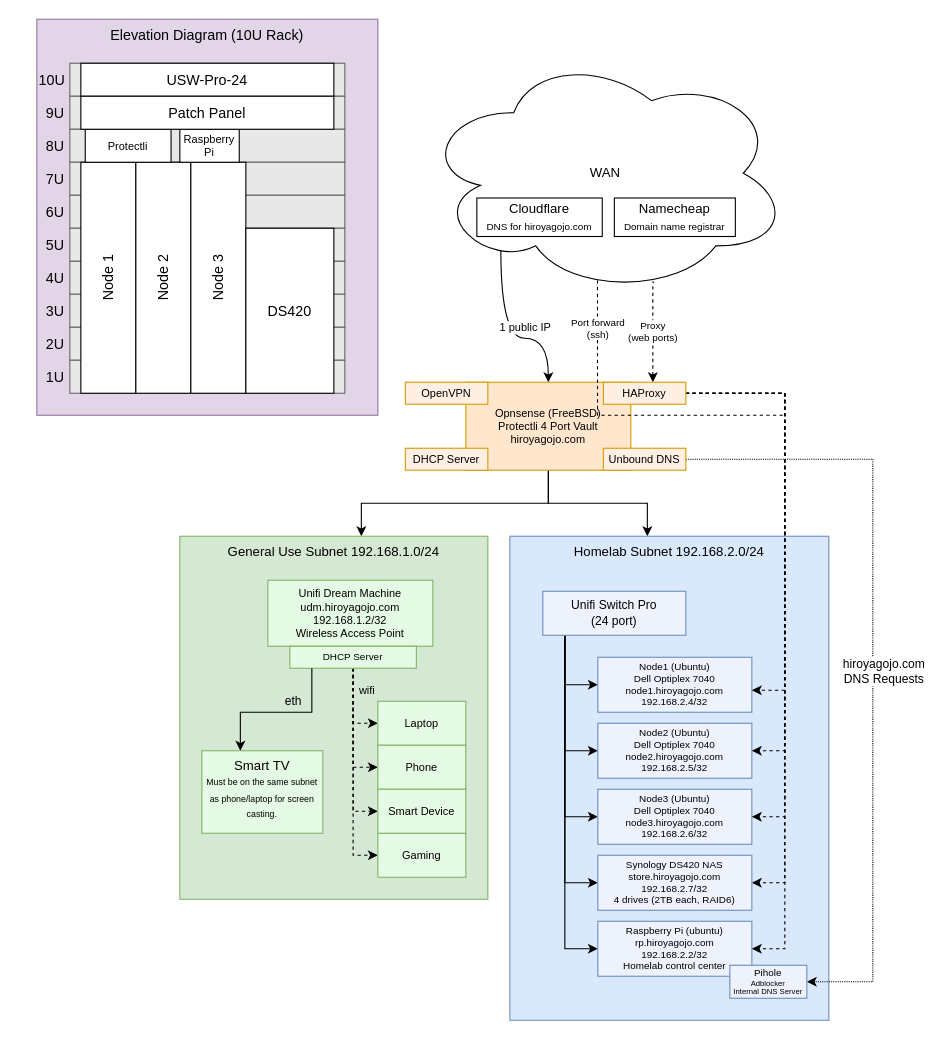
The draw.io diagram homelab.drawio in HiDoYa/homelab, before the edit. Source tidied: cells renumbered, new cells numbered last; positions are measured from the earlier drawing's top-left corner, leaving out a move shared by most shapes. Both pictures are drawn from the tidied source at 110%, with x=0, y=0 at pixel (19, 19).
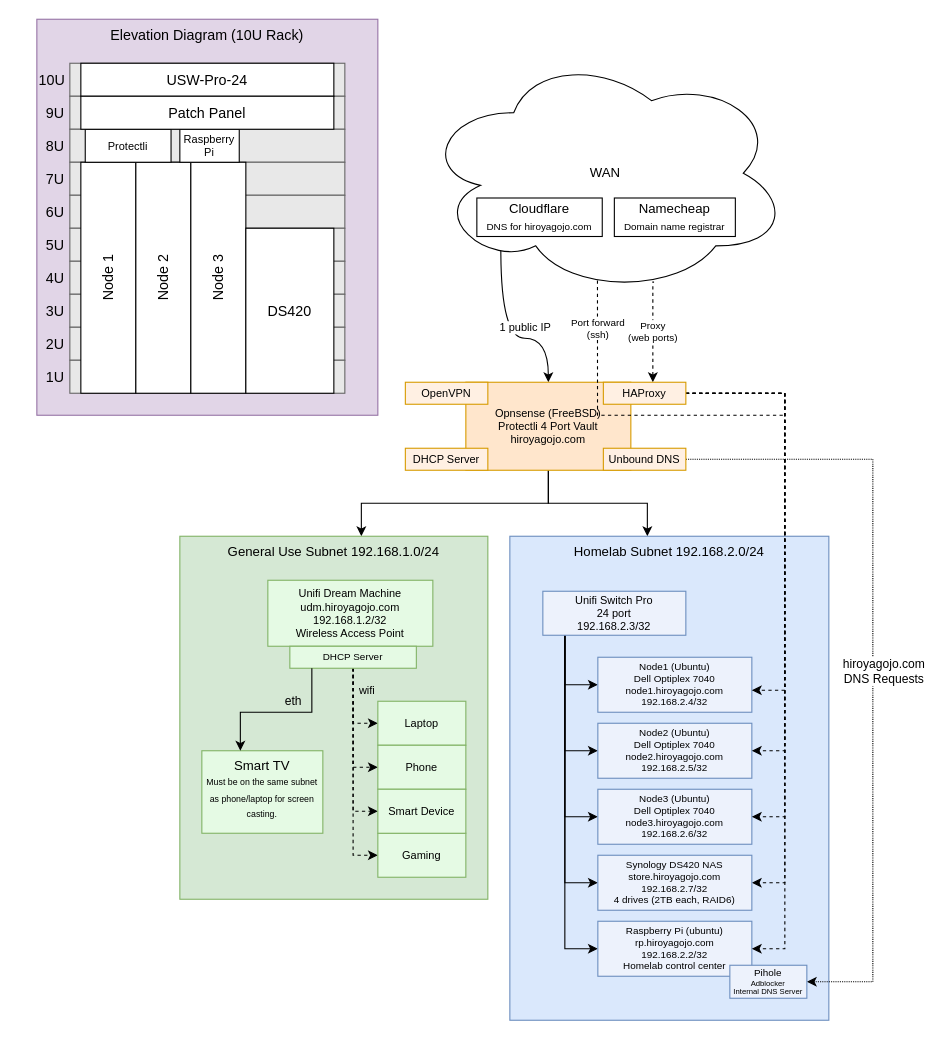
The same page after the edit.

Commit message (it also covers changes not shown here):
Update homelab diagram

Diff of the diagram source:
```diff
@@
-    <mxCell id="28" value="Unifi Switch Pro&lt;br&gt;(24 port)" style="rounded=0;whiteSpace=wrap;html=1;fontSize=11;fillColor=#EDF2FC;strokeColor=#6c8ebf;" parent="1" vertex="1">
+    <mxCell id="28" value="Unifi Switch Pro&lt;br style=&quot;font-size: 10px;&quot;&gt;24 port&lt;br style=&quot;font-size: 10px;&quot;&gt;192.168.2.3/32" style="rounded=0;whiteSpace=wrap;html=1;fontSize=10;fillColor=#EDF2FC;strokeColor=#6c8ebf;" parent="1" vertex="1">
       <mxGeometry x="476" y="520" width="130" height="40" as="geometry" />
     </mxCell>
```
